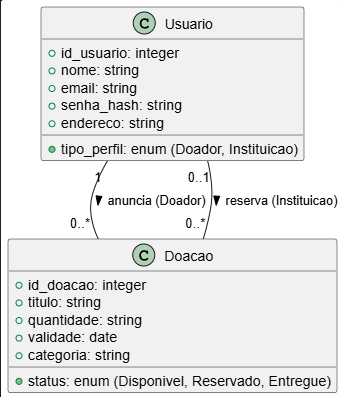
Above: Diagramas/dominio.png in epGamberi/Lab_Eng_Software (PlantUML), before the change. Its source is kept beside it as Diagramas/dominio.puml.
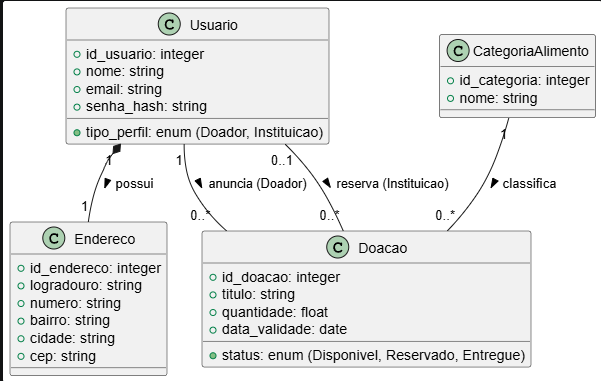
The same diagram one commit later.

The edit, as a diff of the source:
```diff
@@ -1,22 +1,52 @@
-@startuml Diagrama de Dominio
+@startuml Diagrama de Dominio FoodLink
+
+skinparam class {
+    BackgroundColor White
+    ArrowColor Black
+    BorderColor Black
+}
+
 class Usuario {
-  + id_usuario: integer
+  + id_usuario: integer <<PK>>
   + nome: string
   + email: string
   + senha_hash: string
-  + tipo_perfil: enum (Doador, Instituicao)
-  + endereco: string
+  + tipo_perfil: enum
+  + data_cadastro: datetime
+}
+
+class Endereco {
+  + id_endereco: integer <<PK>>
+  + cep: string
+  + logradouro: string
+  + numero: string
+  + bairro: string
+  + cidade: string
+  + uf: string
+  + usuario_id: integer <<FK>>
 }
 
 class Doacao {
-  + id_doacao: integer
+  + id_doacao: integer <<PK>>
   + titulo: string
-  + quantidade: string
-  + validade: date
-  + categoria: string
-  + status: enum (Disponivel, Reservado, Entregue)
+  + quantidade: float
+  + unidade_medida: string
+  + data_vencimento: date
+  + status: enum
+  + doador_id: integer <<FK>>
+  + categoria_id: integer <<FK>>
+  + instituicao_id: integer <<FK>>
 }
 
+class CategoriaAlimento {
+  + id_categoria: integer <<PK>>
+  + nome: string
+  + descricao: string
+}
+
+Usuario "1" *-- "1" Endereco : possui >
 Usuario "1" -- "0..*" Doacao : anuncia (Doador) >
 Usuario "0..1" -- "0..*" Doacao : reserva (Instituicao) >
+CategoriaAlimento "1" -- "0..*" Doacao : classifica >
+
 @enduml
```
